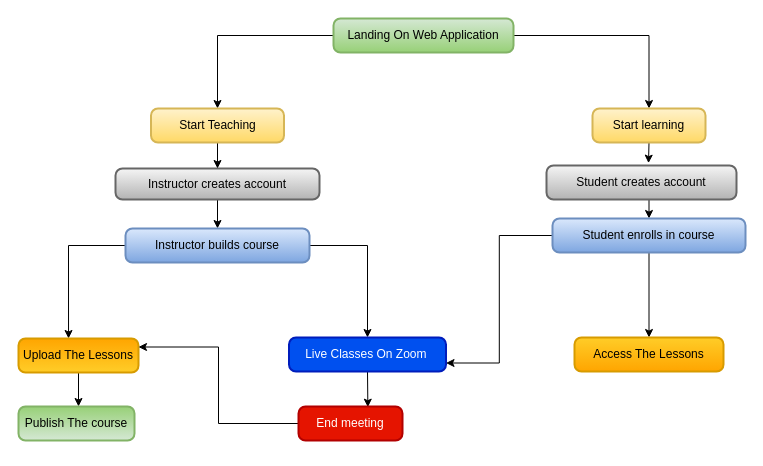
Before: Untitled Diagram.drawio in kuldeepkaware123/BIST, a draw.io diagram. Source tidied: cells renumbered, new cells numbered last; positions are measured from the earlier drawing's top-left corner, leaving out a move shared by most shapes. Both pictures are drawn from the tidied source at 100%, with x=0, y=0 at pixel (18, 18).
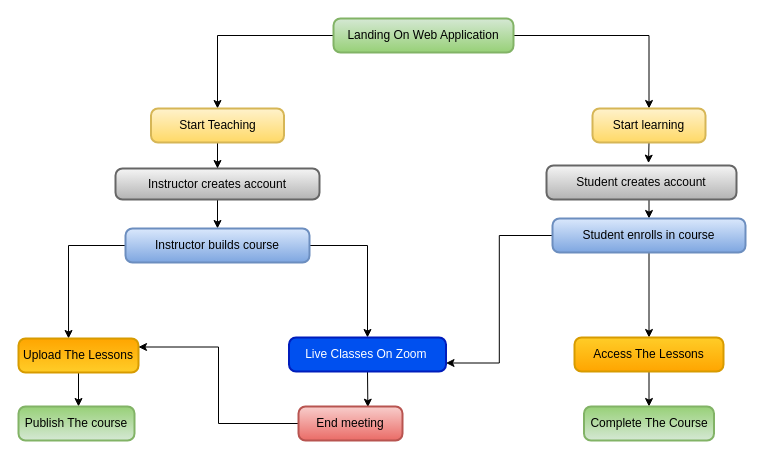
After the change.

Unchanged cells that the change refers to:
```xml
<mxCell id="22" value="Access The Lessons" style="rounded=1;absoluteArcSize=1;arcSize=14;whiteSpace=wrap;strokeWidth=2;fillColor=#ffcd28;strokeColor=#d79b00;gradientColor=#ffa500;" parent="1" vertex="1">
  <mxGeometry x="556" y="319" width="149" height="34" as="geometry" />
</mxCell>
```

Change to the diagram source:
```diff
@@
+    <mxCell id="28" style="edgeStyle=orthogonalEdgeStyle;rounded=0;jettySize=auto;html=1;exitX=0.5;exitY=1;exitDx=0;exitDy=0;entryX=0.5;entryY=0;entryDx=0;entryDy=0;" parent="1" edge="1" source="22" target="29">
+      <mxGeometry relative="1" as="geometry" />
+    </mxCell>
@@
-    <mxCell id="24" value="End meeting" style="rounded=1;absoluteArcSize=1;arcSize=14;whiteSpace=wrap;strokeWidth=2;fillColor=#e51400;fontColor=#ffffff;strokeColor=#B20000;" parent="1" vertex="1">
+    <mxCell id="24" value="End meeting" style="rounded=1;absoluteArcSize=1;arcSize=14;whiteSpace=wrap;strokeWidth=2;fillColor=#f8cecc;strokeColor=#b85450;gradientColor=#ea6b66;" parent="1" vertex="1">
       <mxGeometry x="280" y="388" width="104" height="34" as="geometry" />
     </mxCell>
@@
+    <mxCell id="29" value="Complete The Course" style="rounded=1;absoluteArcSize=1;arcSize=14;whiteSpace=wrap;strokeWidth=2;fillColor=#d5e8d4;strokeColor=#82b366;gradientDirection=north;gradientColor=#97d077;" parent="1" vertex="1">
+      <mxGeometry x="565.5" y="388" width="130" height="34" as="geometry" />
+    </mxCell>
+    <mxCell id="30" style="edgeStyle=orthogonalEdgeStyle;rounded=0;orthogonalLoop=1;jettySize=auto;html=1;exitX=0.5;exitY=1;exitDx=0;exitDy=0;" parent="1" edge="1" source="29" target="29">
+      <mxGeometry relative="1" as="geometry" />
+    </mxCell>
```
